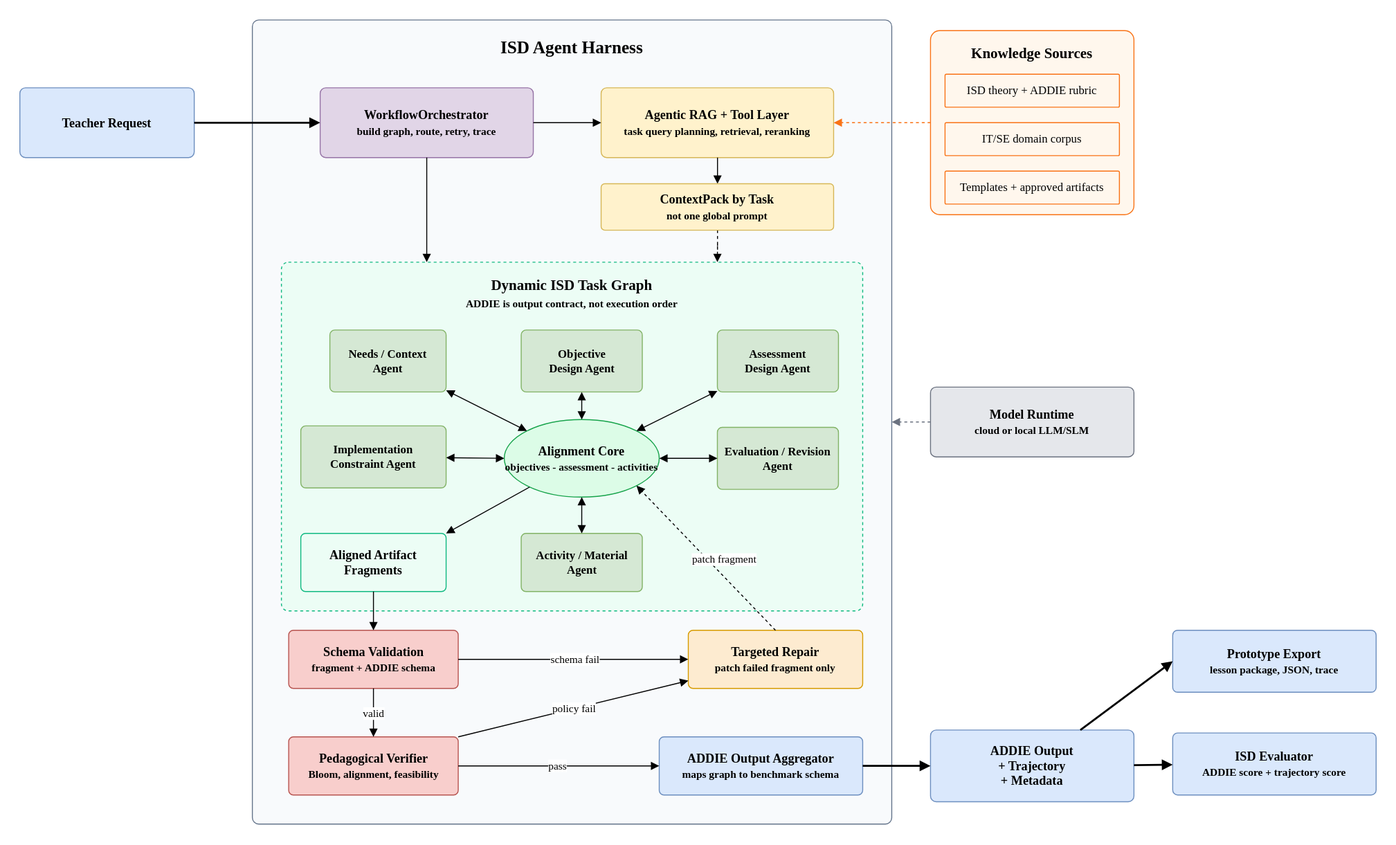
This is docs/assets/arch.svg from phuongbv00/alignmentgraph-isd, a draw.io export, as it was before one commit. Source tidied: cells renumbered, new cells last; positions are measured from the earlier drawing's top-left corner, leaving out a move shared by most shapes.
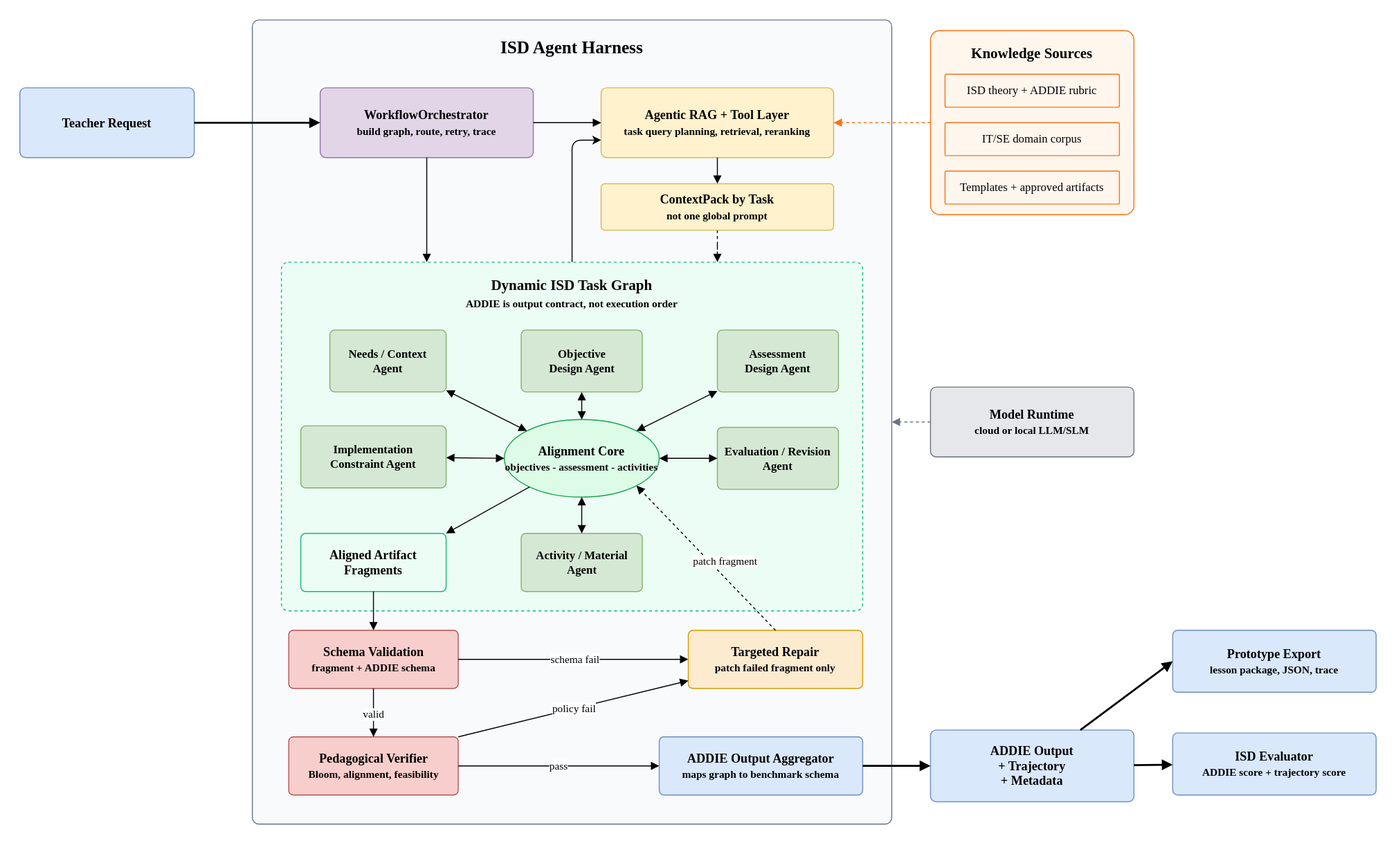
The same diagram one commit later.

Diff of the diagram source:
```diff
@@ -14,6 +14,9 @@
     <mxCell id="5" value="Agentic RAG + Tool Layer&lt;br&gt;&lt;font style=&quot;font-size: 11px;&quot;&gt;task query planning, retrieval, reranking&lt;/font&gt;" style="rounded=1;whiteSpace=wrap;html=1;fontSize=13;fontStyle=1;fontFamily=Comic Sans MS;fillColor=#fff2cc;strokeColor=#d6b656;arcSize=8;" parent="1" vertex="1">
       <mxGeometry x="600" y="70" width="240" height="72" as="geometry" />
     </mxCell>
+    <mxCell id="51" style="html=1;exitX=0.5;exitY=0;exitDx=0;exitDy=0;entryX=0;entryY=0.75;entryDx=0;entryDy=0;edgeStyle=orthogonalEdgeStyle;" parent="1" edge="1" source="6" target="5">
+      <mxGeometry relative="1" as="geometry" />
+    </mxCell>
     <mxCell id="6" value="Dynamic ISD Task Graph&lt;br&gt;&lt;font style=&quot;font-size: 11px;&quot;&gt;ADDIE is output contract, not execution order&lt;/font&gt;" style="rounded=1;whiteSpace=wrap;html=1;align=center;verticalAlign=top;spacingTop=8;fontSize=15;fontStyle=1;fontFamily=Comic Sans MS;fillColor=#ecfdf5;strokeColor=#10b981;dashed=1;arcSize=2;" parent="1" vertex="1">
       <mxGeometry x="270" y="250" width="600" height="360" as="geometry" />
     </mxCell>
```
